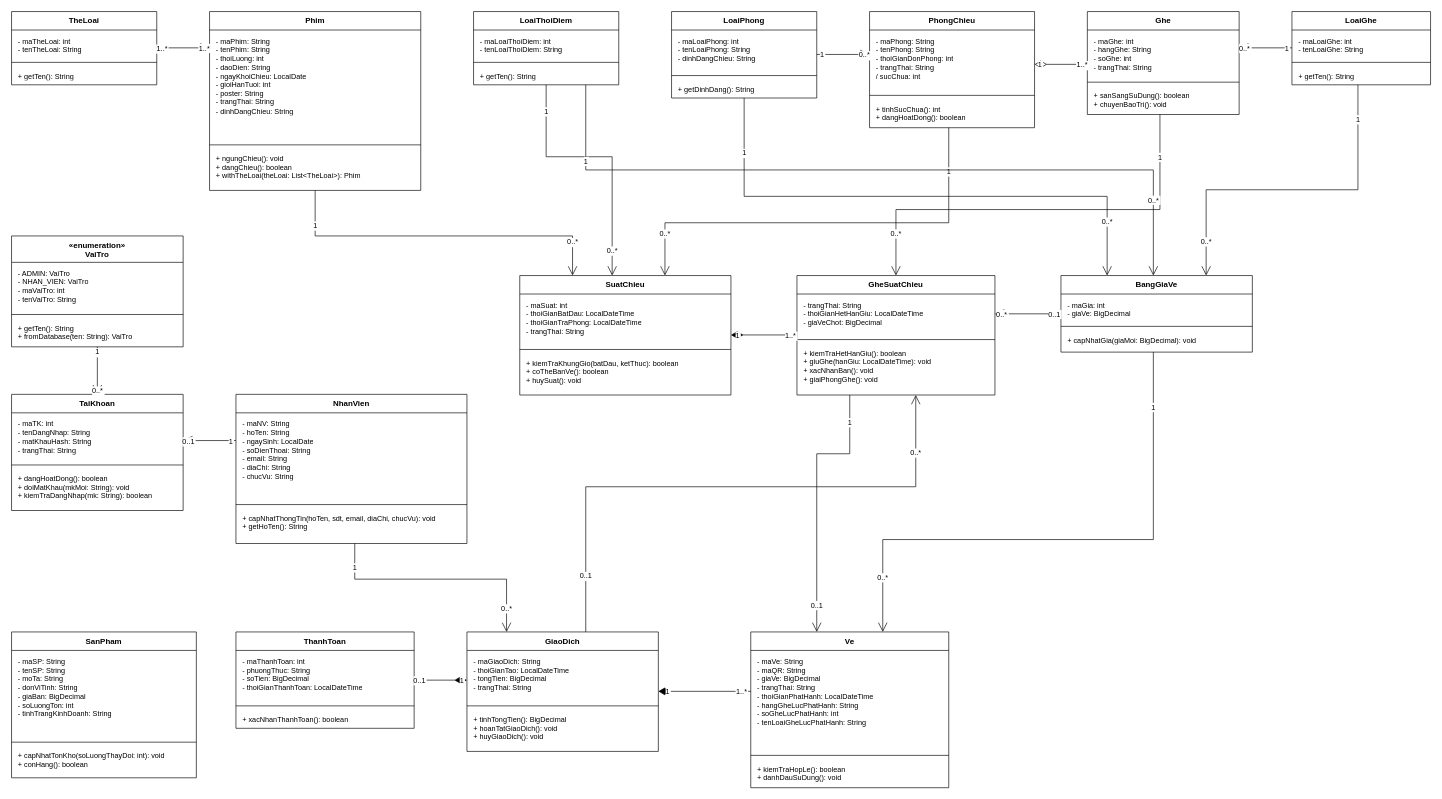
Earlier version of the draw.io diagram docs/SoDoLop_RapChieuPhim.drawio (ThanhDat-png/OOAD-ManagerCinema). Source tidied: cells renumbered, new cells numbered last; positions are measured from the earlier drawing's top-left corner, leaving out a move shared by most shapes. Both pictures are drawn from the tidied source at 66%, with x=0, y=0 at pixel (11, 11).
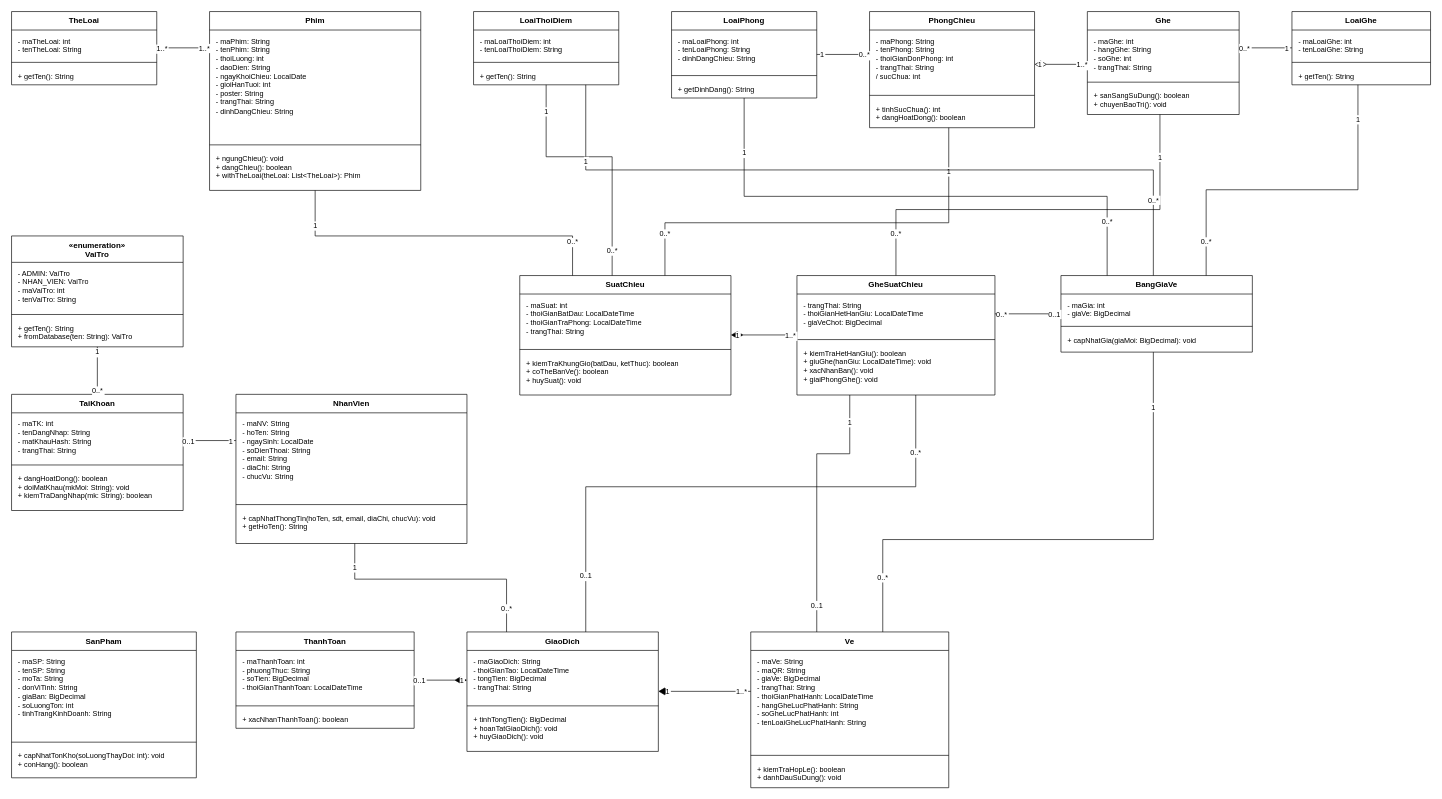
The same page after the edit.

Commit message (it also covers changes not shown here):
refactor(diagram): remove flow arrows from class associations and use plain lines

Unchanged cells that the change refers to:
```xml
<mxCell id="2" value="TheLoai" style="swimlane;fontStyle=1;align=center;verticalAlign=top;horizontal=1;startSize=28;html=0;whiteSpace=wrap;rounded=0;fillColor=#FFFFFF;strokeColor=#000000;strokeWidth=1;fontSize=12;fontColor=#000000;" parent="1" vertex="1">
  <mxGeometry width="220" height="111" as="geometry" />
</mxCell>
<mxCell id="6" value="Phim" style="swimlane;fontStyle=1;align=center;verticalAlign=top;horizontal=1;startSize=28;html=0;whiteSpace=wrap;rounded=0;fillColor=#FFFFFF;strokeColor=#000000;strokeWidth=1;fontSize=12;fontColor=#000000;" parent="1" vertex="1">
  <mxGeometry x="300" width="320" height="271" as="geometry" />
</mxCell>
<mxCell id="10" value="LoaiThoiDiem" style="swimlane;fontStyle=1;align=center;verticalAlign=top;horizontal=1;startSize=28;html=0;whiteSpace=wrap;rounded=0;fillColor=#FFFFFF;strokeColor=#000000;strokeWidth=1;fontSize=12;fontColor=#000000;" parent="1" vertex="1">
  <mxGeometry x="700" width="220" height="111" as="geometry" />
</mxCell>
<mxCell id="14" value="LoaiPhong" style="swimlane;fontStyle=1;align=center;verticalAlign=top;horizontal=1;startSize=28;html=0;whiteSpace=wrap;rounded=0;fillColor=#FFFFFF;strokeColor=#000000;strokeWidth=1;fontSize=12;fontColor=#000000;" parent="1" vertex="1">
  <mxGeometry x="1000" width="220" height="131" as="geometry" />
</mxCell>
<mxCell id="18" value="PhongChieu" style="swimlane;fontStyle=1;align=center;verticalAlign=top;horizontal=1;startSize=28;html=0;whiteSpace=wrap;rounded=0;fillColor=#FFFFFF;strokeColor=#000000;strokeWidth=1;fontSize=12;fontColor=#000000;" parent="1" vertex="1">
  <mxGeometry x="1300" width="250" height="176" as="geometry" />
</mxCell>
<mxCell id="22" value="Ghe" style="swimlane;fontStyle=1;align=center;verticalAlign=top;horizontal=1;startSize=28;html=0;whiteSpace=wrap;rounded=0;fillColor=#FFFFFF;strokeColor=#000000;strokeWidth=1;fontSize=12;fontColor=#000000;" parent="1" vertex="1">
  <mxGeometry x="1630" width="230" height="156" as="geometry" />
</mxCell>
<mxCell id="26" value="LoaiGhe" style="swimlane;fontStyle=1;align=center;verticalAlign=top;horizontal=1;startSize=28;html=0;whiteSpace=wrap;rounded=0;fillColor=#FFFFFF;strokeColor=#000000;strokeWidth=1;fontSize=12;fontColor=#000000;" parent="1" vertex="1">
  <mxGeometry x="1940" width="210" height="111" as="geometry" />
</mxCell>
<mxCell id="30" value="«enumeration»&#10;VaiTro" style="swimlane;fontStyle=1;align=center;verticalAlign=top;horizontal=1;startSize=40;html=0;whiteSpace=wrap;rounded=0;fillColor=#FFFFFF;strokeColor=#000000;strokeWidth=1;fontSize=12;fontColor=#000000;" parent="1" vertex="1">
  <mxGeometry y="340" width="260" height="168" as="geometry" />
</mxCell>
<mxCell id="34" value="TaiKhoan" style="swimlane;fontStyle=1;align=center;verticalAlign=top;horizontal=1;startSize=28;html=0;whiteSpace=wrap;rounded=0;fillColor=#FFFFFF;strokeColor=#000000;strokeWidth=1;fontSize=12;fontColor=#000000;" parent="1" vertex="1">
  <mxGeometry y="580" width="260" height="176" as="geometry" />
</mxCell>
<mxCell id="38" value="NhanVien" style="swimlane;fontStyle=1;align=center;verticalAlign=top;horizontal=1;startSize=28;html=0;whiteSpace=wrap;rounded=0;fillColor=#FFFFFF;strokeColor=#000000;strokeWidth=1;fontSize=12;fontColor=#000000;" parent="1" vertex="1">
  <mxGeometry x="340" y="580" width="350" height="226" as="geometry" />
</mxCell>
<mxCell id="42" value="SuatChieu" style="swimlane;fontStyle=1;align=center;verticalAlign=top;horizontal=1;startSize=28;html=0;whiteSpace=wrap;rounded=0;fillColor=#FFFFFF;strokeColor=#000000;strokeWidth=1;fontSize=12;fontColor=#000000;" parent="1" vertex="1">
  <mxGeometry x="770" y="400" width="320" height="181" as="geometry" />
</mxCell>
<mxCell id="46" value="GheSuatChieu" style="swimlane;fontStyle=1;align=center;verticalAlign=top;horizontal=1;startSize=28;html=0;whiteSpace=wrap;rounded=0;fillColor=#FFFFFF;strokeColor=#000000;strokeWidth=1;fontSize=12;fontColor=#000000;" parent="1" vertex="1">
  <mxGeometry x="1190" y="400" width="300" height="181" as="geometry" />
</mxCell>
<mxCell id="50" value="BangGiaVe" style="swimlane;fontStyle=1;align=center;verticalAlign=top;horizontal=1;startSize=28;html=0;whiteSpace=wrap;rounded=0;fillColor=#FFFFFF;strokeColor=#000000;strokeWidth=1;fontSize=12;fontColor=#000000;" parent="1" vertex="1">
  <mxGeometry x="1590" y="400" width="290" height="116" as="geometry" />
</mxCell>
<mxCell id="62" value="GiaoDich" style="swimlane;fontStyle=1;align=center;verticalAlign=top;horizontal=1;startSize=28;html=0;whiteSpace=wrap;rounded=0;fillColor=#FFFFFF;strokeColor=#000000;strokeWidth=1;fontSize=12;fontColor=#000000;" parent="1" vertex="1">
  <mxGeometry x="690" y="940" width="290" height="181" as="geometry" />
</mxCell>
<mxCell id="66" value="Ve" style="swimlane;fontStyle=1;align=center;verticalAlign=top;horizontal=1;startSize=28;html=0;whiteSpace=wrap;rounded=0;fillColor=#FFFFFF;strokeColor=#000000;strokeWidth=1;fontSize=12;fontColor=#000000;" parent="1" vertex="1">
  <mxGeometry x="1120" y="940" width="300" height="236" as="geometry" />
</mxCell>
```

Change to the diagram source:
```diff
@@
-    <mxCell id="70" style="edgeStyle=orthogonalEdgeStyle;rounded=0;jettySize=auto;html=0;strokeWidth=1;strokeColor=#000000;dashed=0;startArrow=none;endArrow=open;startFill=0;endFill=0;startSize=14;endSize=12;exitX=0.5;exitY=1.0;exitDx=0;exitDy=0;entryX=0.5;entryY=0.0;entryDx=0;entryDy=0;" parent="1" edge="1" source="30" target="34">
+    <mxCell id="70" style="edgeStyle=orthogonalEdgeStyle;rounded=0;jettySize=auto;html=0;strokeWidth=1;strokeColor=#000000;dashed=0;startArrow=none;endArrow=none;startFill=0;endFill=0;startSize=14;endSize=12;exitX=0.5;exitY=1.0;exitDx=0;exitDy=0;entryX=0.5;entryY=0.0;entryDx=0;entryDy=0;" parent="1" edge="1" source="30" target="34">
       <mxGeometry relative="1" as="geometry" />
     </mxCell>
@@
-    <mxCell id="73" style="edgeStyle=orthogonalEdgeStyle;rounded=0;jettySize=auto;html=0;strokeWidth=1;strokeColor=#000000;dashed=0;startArrow=none;endArrow=open;startFill=0;endFill=0;startSize=14;endSize=12;exitX=0.0;exitY=0.30973;exitDx=0;exitDy=0;entryX=1.0;entryY=0.39773;entryDx=0;entryDy=0;" parent="1" edge="1" source="38" target="34">
+    <mxCell id="73" style="edgeStyle=orthogonalEdgeStyle;rounded=0;jettySize=auto;html=0;strokeWidth=1;strokeColor=#000000;dashed=0;startArrow=none;endArrow=none;startFill=0;endFill=0;startSize=14;endSize=12;exitX=0.0;exitY=0.30973;exitDx=0;exitDy=0;entryX=1.0;entryY=0.39773;entryDx=0;entryDy=0;" parent="1" edge="1" source="38" target="34">
       <mxGeometry relative="1" as="geometry" />
     </mxCell>
@@
-    <mxCell id="76" style="edgeStyle=orthogonalEdgeStyle;rounded=0;jettySize=auto;html=0;strokeWidth=1;strokeColor=#000000;dashed=0;startArrow=none;endArrow=open;startFill=0;endFill=0;startSize=14;endSize=12;exitX=1.0;exitY=0.4955;exitDx=0;exitDy=0;entryX=0.0;entryY=0.20295;entryDx=0;entryDy=0;" parent="1" edge="1" source="2" target="6">
+    <mxCell id="76" style="edgeStyle=orthogonalEdgeStyle;rounded=0;jettySize=auto;html=0;strokeWidth=1;strokeColor=#000000;dashed=0;startArrow=none;endArrow=none;startFill=0;endFill=0;startSize=14;endSize=12;exitX=1.0;exitY=0.4955;exitDx=0;exitDy=0;entryX=0.0;entryY=0.20295;entryDx=0;entryDy=0;" parent="1" edge="1" source="2" target="6">
       <mxGeometry relative="1" as="geometry" />
     </mxCell>
@@
-    <mxCell id="79" style="edgeStyle=orthogonalEdgeStyle;rounded=0;jettySize=auto;html=0;strokeWidth=1;strokeColor=#000000;dashed=0;startArrow=none;endArrow=open;startFill=0;endFill=0;startSize=14;endSize=12;exitX=1.0;exitY=0.49618;exitDx=0;exitDy=0;entryX=0.0;entryY=0.36932;entryDx=0;entryDy=0;" parent="1" edge="1" source="14" target="18">
+    <mxCell id="79" style="edgeStyle=orthogonalEdgeStyle;rounded=0;jettySize=auto;html=0;strokeWidth=1;strokeColor=#000000;dashed=0;startArrow=none;endArrow=none;startFill=0;endFill=0;startSize=14;endSize=12;exitX=1.0;exitY=0.49618;exitDx=0;exitDy=0;entryX=0.0;entryY=0.36932;entryDx=0;entryDy=0;" parent="1" edge="1" source="14" target="18">
       <mxGeometry relative="1" as="geometry" />
     </mxCell>
@@
-    <mxCell id="85" style="edgeStyle=orthogonalEdgeStyle;rounded=0;jettySize=auto;html=0;strokeWidth=1;strokeColor=#000000;dashed=0;startArrow=none;endArrow=open;startFill=0;endFill=0;startSize=14;endSize=12;exitX=0.0;exitY=0.4955;exitDx=0;exitDy=0;entryX=1.0;entryY=0.35256;entryDx=0;entryDy=0;" parent="1" edge="1" source="26" target="22">
+    <mxCell id="85" style="edgeStyle=orthogonalEdgeStyle;rounded=0;jettySize=auto;html=0;strokeWidth=1;strokeColor=#000000;dashed=0;startArrow=none;endArrow=none;startFill=0;endFill=0;startSize=14;endSize=12;exitX=0.0;exitY=0.4955;exitDx=0;exitDy=0;entryX=1.0;entryY=0.35256;entryDx=0;entryDy=0;" parent="1" edge="1" source="26" target="22">
       <mxGeometry relative="1" as="geometry" />
     </mxCell>
@@
-    <mxCell id="88" style="edgeStyle=orthogonalEdgeStyle;rounded=0;jettySize=auto;html=0;strokeWidth=1;strokeColor=#000000;dashed=0;startArrow=none;endArrow=open;startFill=0;endFill=0;startSize=14;endSize=12;exitX=0.51429;exitY=1.0;exitDx=0;exitDy=0;entryX=0.2069;entryY=0.0;entryDx=0;entryDy=0;" parent="1" edge="1" source="38" target="62">
+    <mxCell id="88" style="edgeStyle=orthogonalEdgeStyle;rounded=0;jettySize=auto;html=0;strokeWidth=1;strokeColor=#000000;dashed=0;startArrow=none;endArrow=none;startFill=0;endFill=0;startSize=14;endSize=12;exitX=0.51429;exitY=1.0;exitDx=0;exitDy=0;entryX=0.2069;entryY=0.0;entryDx=0;entryDy=0;" parent="1" edge="1" source="38" target="62">
       <mxGeometry relative="1" as="geometry">
         <Array as="points">
           <mxPoint x="520" y="860" />
           <mxPoint x="750" y="860" />
         </Array>
       </mxGeometry>
     </mxCell>
@@
-    <mxCell id="91" style="edgeStyle=orthogonalEdgeStyle;rounded=0;jettySize=auto;html=0;strokeWidth=1;strokeColor=#000000;dashed=0;startArrow=none;endArrow=open;startFill=0;endFill=0;startSize=14;endSize=12;exitX=0.5;exitY=1.0;exitDx=0;exitDy=0;entryX=0.25;entryY=0.0;entryDx=0;entryDy=0;" parent="1" edge="1" source="6" target="42">
+    <mxCell id="91" style="edgeStyle=orthogonalEdgeStyle;rounded=0;jettySize=auto;html=0;strokeWidth=1;strokeColor=#000000;dashed=0;startArrow=none;endArrow=none;startFill=0;endFill=0;startSize=14;endSize=12;exitX=0.5;exitY=1.0;exitDx=0;exitDy=0;entryX=0.25;entryY=0.0;entryDx=0;entryDy=0;" parent="1" edge="1" source="6" target="42">
       <mxGeometry relative="1" as="geometry">
         <Array as="points">
           <mxPoint x="460" y="340" />
           <mxPoint x="850" y="340" />
         </Array>
       </mxGeometry>
     </mxCell>
@@
-    <mxCell id="94" style="edgeStyle=orthogonalEdgeStyle;rounded=0;jettySize=auto;html=0;strokeWidth=1;strokeColor=#000000;dashed=0;startArrow=none;endArrow=open;startFill=0;endFill=0;startSize=14;endSize=12;exitX=0.5;exitY=1.0;exitDx=0;exitDy=0;entryX=0.4375;entryY=0.0;entryDx=0;entryDy=0;" parent="1" edge="1" source="10" target="42">
+    <mxCell id="94" style="edgeStyle=orthogonalEdgeStyle;rounded=0;jettySize=auto;html=0;strokeWidth=1;strokeColor=#000000;dashed=0;startArrow=none;endArrow=none;startFill=0;endFill=0;startSize=14;endSize=12;exitX=0.5;exitY=1.0;exitDx=0;exitDy=0;entryX=0.4375;entryY=0.0;entryDx=0;entryDy=0;" parent="1" edge="1" source="10" target="42">
       <mxGeometry relative="1" as="geometry">
         <Array as="points">
           <mxPoint x="810" y="220" />
           <mxPoint x="910" y="220" />
         </Array>
       </mxGeometry>
     </mxCell>
@@
-    <mxCell id="100" style="edgeStyle=orthogonalEdgeStyle;rounded=0;jettySize=auto;html=0;strokeWidth=1;strokeColor=#000000;dashed=0;startArrow=none;endArrow=open;startFill=0;endFill=0;startSize=14;endSize=12;exitX=0.48;exitY=1.0;exitDx=0;exitDy=0;entryX=0.6875;entryY=0.0;entryDx=0;entryDy=0;" parent="1" edge="1" source="18" target="42">
+    <mxCell id="100" style="edgeStyle=orthogonalEdgeStyle;rounded=0;jettySize=auto;html=0;strokeWidth=1;strokeColor=#000000;dashed=0;startArrow=none;endArrow=none;startFill=0;endFill=0;startSize=14;endSize=12;exitX=0.48;exitY=1.0;exitDx=0;exitDy=0;entryX=0.6875;entryY=0.0;entryDx=0;entryDy=0;" parent="1" edge="1" source="18" target="42">
       <mxGeometry relative="1" as="geometry">
         <Array as="points">
           <mxPoint x="1420" y="320" />
           <mxPoint x="990" y="320" />
         </Array>
       </mxGeometry>
     </mxCell>
@@
-    <mxCell id="103" style="edgeStyle=orthogonalEdgeStyle;rounded=0;jettySize=auto;html=0;strokeWidth=1;strokeColor=#000000;dashed=0;startArrow=none;endArrow=open;startFill=0;endFill=0;startSize=14;endSize=12;exitX=0.47826;exitY=1.0;exitDx=0;exitDy=0;entryX=0.5;entryY=0.0;entryDx=0;entryDy=0;" parent="1" edge="1" source="22" target="46">
+    <mxCell id="103" style="edgeStyle=orthogonalEdgeStyle;rounded=0;jettySize=auto;html=0;strokeWidth=1;strokeColor=#000000;dashed=0;startArrow=none;endArrow=none;startFill=0;endFill=0;startSize=14;endSize=12;exitX=0.47826;exitY=1.0;exitDx=0;exitDy=0;entryX=0.5;entryY=0.0;entryDx=0;entryDy=0;" parent="1" edge="1" source="22" target="46">
       <mxGeometry relative="1" as="geometry">
         <Array as="points">
           <mxPoint x="1740" y="300" />
           <mxPoint x="1340" y="300" />
         </Array>
       </mxGeometry>
     </mxCell>
@@
-    <mxCell id="106" style="edgeStyle=orthogonalEdgeStyle;rounded=0;jettySize=auto;html=0;strokeWidth=1;strokeColor=#000000;dashed=0;startArrow=none;endArrow=open;startFill=0;endFill=0;startSize=14;endSize=12;exitX=0.5;exitY=1.0;exitDx=0;exitDy=0;entryX=0.24138;entryY=0.0;entryDx=0;entryDy=0;" parent="1" edge="1" source="14" target="50">
+    <mxCell id="106" style="edgeStyle=orthogonalEdgeStyle;rounded=0;jettySize=auto;html=0;strokeWidth=1;strokeColor=#000000;dashed=0;startArrow=none;endArrow=none;startFill=0;endFill=0;startSize=14;endSize=12;exitX=0.5;exitY=1.0;exitDx=0;exitDy=0;entryX=0.24138;entryY=0.0;entryDx=0;entryDy=0;" parent="1" edge="1" source="14" target="50">
       <mxGeometry relative="1" as="geometry">
         <Array as="points">
           <mxPoint x="1110" y="280" />
           <mxPoint x="1660" y="280" />
         </Array>
       </mxGeometry>
     </mxCell>
@@
-    <mxCell id="109" style="edgeStyle=orthogonalEdgeStyle;rounded=0;jettySize=auto;html=0;strokeWidth=1;strokeColor=#000000;dashed=0;startArrow=none;endArrow=open;startFill=0;endFill=0;startSize=14;endSize=12;exitX=0.47619;exitY=1.0;exitDx=0;exitDy=0;entryX=0.75862;entryY=0.0;entryDx=0;entryDy=0;" parent="1" edge="1" source="26" target="50">
+    <mxCell id="109" style="edgeStyle=orthogonalEdgeStyle;rounded=0;jettySize=auto;html=0;strokeWidth=1;strokeColor=#000000;dashed=0;startArrow=none;endArrow=none;startFill=0;endFill=0;startSize=14;endSize=12;exitX=0.47619;exitY=1.0;exitDx=0;exitDy=0;entryX=0.75862;entryY=0.0;entryDx=0;entryDy=0;" parent="1" edge="1" source="26" target="50">
       <mxGeometry relative="1" as="geometry">
         <Array as="points">
           <mxPoint x="2040" y="270" />
           <mxPoint x="1810" y="270" />
         </Array>
       </mxGeometry>
     </mxCell>
@@
-    <mxCell id="112" style="edgeStyle=orthogonalEdgeStyle;rounded=0;jettySize=auto;html=0;strokeWidth=1;strokeColor=#000000;dashed=0;startArrow=none;endArrow=open;startFill=0;endFill=0;startSize=14;endSize=12;exitX=0.77273;exitY=1.0;exitDx=0;exitDy=0;entryX=0.48276;entryY=0.0;entryDx=0;entryDy=0;" parent="1" edge="1" source="10" target="50">
+    <mxCell id="112" style="edgeStyle=orthogonalEdgeStyle;rounded=0;jettySize=auto;html=0;strokeWidth=1;strokeColor=#000000;dashed=0;startArrow=none;endArrow=none;startFill=0;endFill=0;startSize=14;endSize=12;exitX=0.77273;exitY=1.0;exitDx=0;exitDy=0;entryX=0.48276;entryY=0.0;entryDx=0;entryDy=0;" parent="1" edge="1" source="10" target="50">
       <mxGeometry relative="1" as="geometry">
         <Array as="points">
           <mxPoint x="870" y="240" />
           <mxPoint x="1730" y="240" />
         </Array>
       </mxGeometry>
     </mxCell>
@@
-    <mxCell id="115" style="edgeStyle=orthogonalEdgeStyle;rounded=0;jettySize=auto;html=0;strokeWidth=1;strokeColor=#000000;dashed=0;startArrow=none;endArrow=open;startFill=0;endFill=0;startSize=14;endSize=12;exitX=0.0;exitY=0.5;exitDx=0;exitDy=0;entryX=1.0;entryY=0.32044;entryDx=0;entryDy=0;" parent="1" edge="1" source="50" target="46">
+    <mxCell id="115" style="edgeStyle=orthogonalEdgeStyle;rounded=0;jettySize=auto;html=0;strokeWidth=1;strokeColor=#000000;dashed=0;startArrow=none;endArrow=none;startFill=0;endFill=0;startSize=14;endSize=12;exitX=0.0;exitY=0.5;exitDx=0;exitDy=0;entryX=1.0;entryY=0.32044;entryDx=0;entryDy=0;" parent="1" edge="1" source="50" target="46">
       <mxGeometry relative="1" as="geometry" />
     </mxCell>
@@
-    <mxCell id="124" style="edgeStyle=orthogonalEdgeStyle;rounded=0;jettySize=auto;html=0;strokeWidth=1;strokeColor=#000000;dashed=0;startArrow=none;endArrow=open;startFill=0;endFill=0;startSize=14;endSize=12;exitX=0.26667;exitY=1.0;exitDx=0;exitDy=0;entryX=0.33333;entryY=0.0;entryDx=0;entryDy=0;" parent="1" edge="1" source="46" target="66">
+    <mxCell id="124" style="edgeStyle=orthogonalEdgeStyle;rounded=0;jettySize=auto;html=0;strokeWidth=1;strokeColor=#000000;dashed=0;startArrow=none;endArrow=none;startFill=0;endFill=0;startSize=14;endSize=12;exitX=0.26667;exitY=1.0;exitDx=0;exitDy=0;entryX=0.33333;entryY=0.0;entryDx=0;entryDy=0;" parent="1" edge="1" source="46" target="66">
       <mxGeometry relative="1" as="geometry">
         <Array as="points">
           <mxPoint x="1270" y="670" />
           <mxPoint x="1220" y="670" />
         </Array>
       </mxGeometry>
     </mxCell>
@@
-    <mxCell id="127" style="edgeStyle=orthogonalEdgeStyle;rounded=0;jettySize=auto;html=0;strokeWidth=1;strokeColor=#000000;dashed=0;startArrow=none;endArrow=open;startFill=0;endFill=0;startSize=14;endSize=12;exitX=0.62069;exitY=0.0;exitDx=0;exitDy=0;entryX=0.6;entryY=1.0;entryDx=0;entryDy=0;" parent="1" edge="1" source="62" target="46">
+    <mxCell id="127" style="edgeStyle=orthogonalEdgeStyle;rounded=0;jettySize=auto;html=0;strokeWidth=1;strokeColor=#000000;dashed=0;startArrow=none;endArrow=none;startFill=0;endFill=0;startSize=14;endSize=12;exitX=0.62069;exitY=0.0;exitDx=0;exitDy=0;entryX=0.6;entryY=1.0;entryDx=0;entryDy=0;" parent="1" edge="1" source="62" target="46">
       <mxGeometry relative="1" as="geometry">
         <Array as="points">
           <mxPoint x="870" y="720" />
           <mxPoint x="1370" y="720" />
         </Array>
       </mxGeometry>
     </mxCell>
@@
-    <mxCell id="130" style="edgeStyle=orthogonalEdgeStyle;rounded=0;jettySize=auto;html=0;strokeWidth=1;strokeColor=#000000;dashed=0;startArrow=none;endArrow=open;startFill=0;endFill=0;startSize=14;endSize=12;exitX=0.48276;exitY=1.0;exitDx=0;exitDy=0;entryX=0.66667;entryY=0.0;entryDx=0;entryDy=0;" parent="1" edge="1" source="50" target="66">
+    <mxCell id="130" style="edgeStyle=orthogonalEdgeStyle;rounded=0;jettySize=auto;html=0;strokeWidth=1;strokeColor=#000000;dashed=0;startArrow=none;endArrow=none;startFill=0;endFill=0;startSize=14;endSize=12;exitX=0.48276;exitY=1.0;exitDx=0;exitDy=0;entryX=0.66667;entryY=0.0;entryDx=0;entryDy=0;" parent="1" edge="1" source="50" target="66">
       <mxGeometry relative="1" as="geometry">
         <Array as="points">
           <mxPoint x="1730" y="800" />
           <mxPoint x="1320" y="800" />
         </Array>
       </mxGeometry>
     </mxCell>
```
